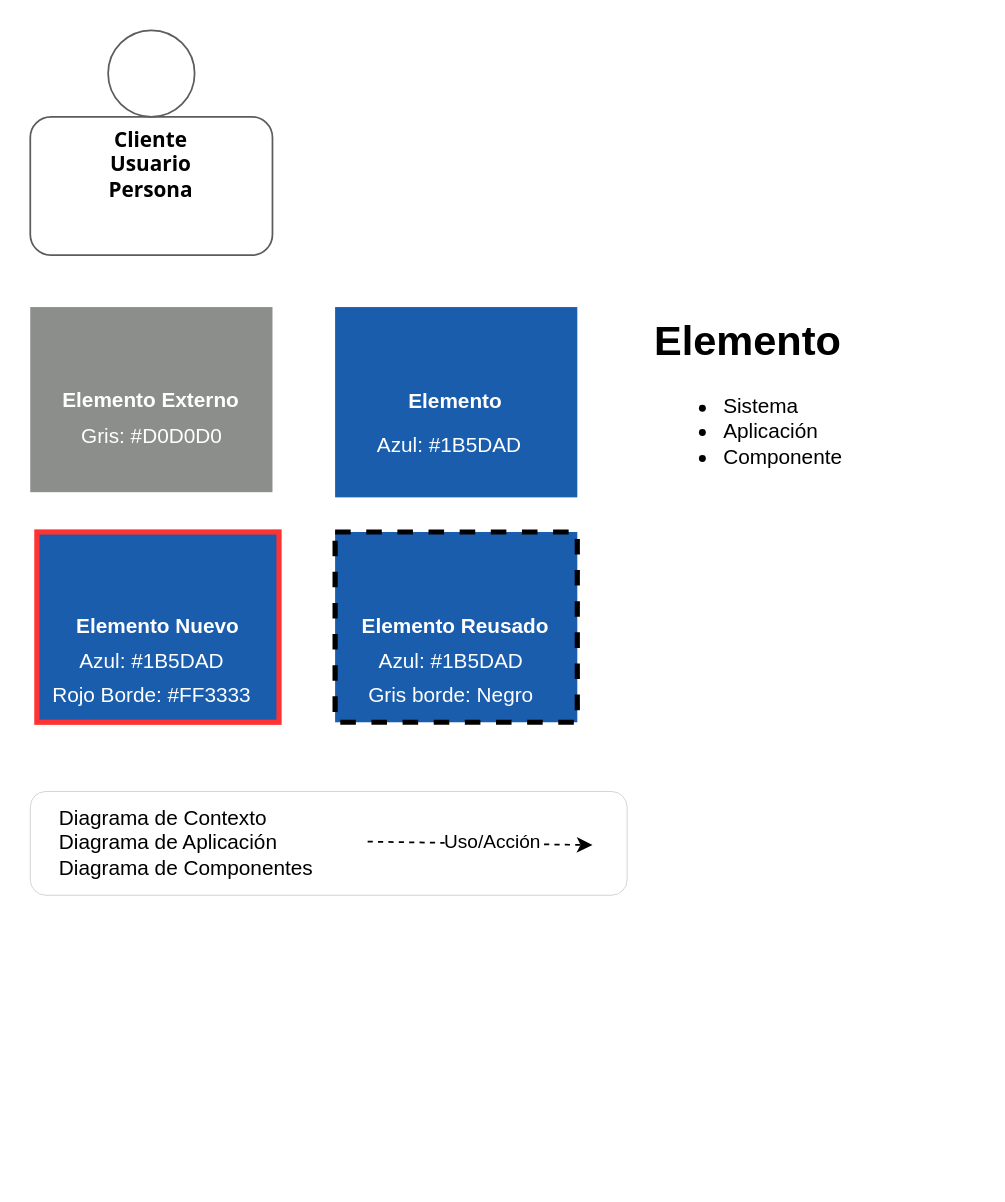
Before: page "Elementos y Relaciones" (1 of 3) of Arquitectura de soluciones.drawio in santiagovb/Diagramas, a draw.io diagram. Source tidied: cells renumbered, new cells numbered last; positions are measured from the earlier drawing's top-left corner, leaving out a move shared by most shapes. Both pictures are drawn from the tidied source at 173%, with x=0, y=0 at pixel (29, 29).
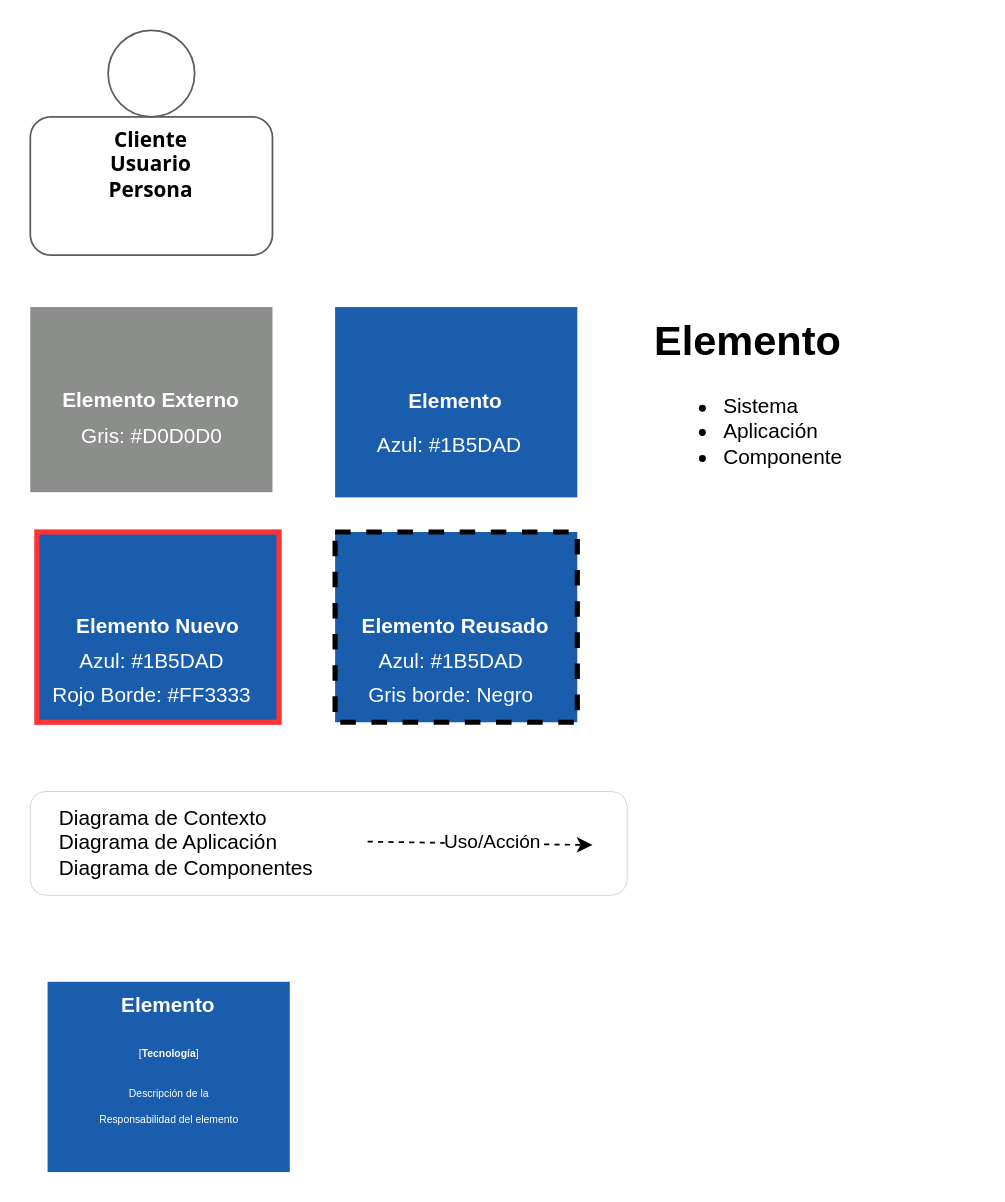
After the change.

What changed in the source:
```diff
@@
+    <mxCell id="24" style="group;" parent="1" vertex="1">
+      <mxGeometry x="10" y="550" width="140" height="110" as="geometry" />
+    </mxCell>
+    <mxCell id="25" value="Elemento" style="rounded=0;whiteSpace=wrap;html=1;fillColor=#1B5DAD;strokeColor=none;fontColor=#FFFFFF;fontStyle=1;verticalAlign=top;" parent="24" vertex="1">
+      <mxGeometry width="140" height="110" as="geometry" />
+    </mxCell>
+    <mxCell id="26" value="&lt;font style=&quot;font-size: 6px;&quot; color=&quot;#ffffff&quot;&gt;Descripción de la &lt;br&gt;Responsabilidad del elemento&lt;/font&gt;" style="text;html=1;align=center;verticalAlign=middle;strokeColor=none;fillColor=none;" parent="24" vertex="1">
+      <mxGeometry x="20" y="50" width="100" height="40" as="geometry" />
+    </mxCell>
+    <mxCell id="27" value="&lt;font color=&quot;#ffffff&quot;&gt;&lt;span style=&quot;font-size: 6px;&quot;&gt;[&lt;b&gt;Tecnología&lt;/b&gt;]&lt;/span&gt;&lt;/font&gt;" style="text;html=1;align=center;verticalAlign=middle;strokeColor=none;fillColor=none;" parent="24" vertex="1">
+      <mxGeometry x="40" y="25" width="60" height="30" as="geometry" />
+    </mxCell>
```
